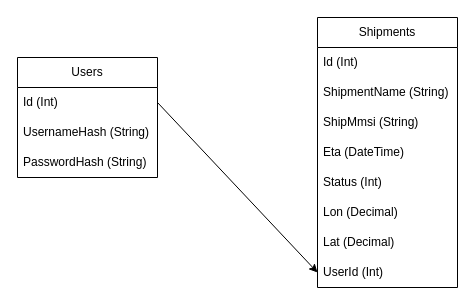
Earlier version of the draw.io diagram Documentation/Charts/ShipmentTrackingDB.drawio (Timanttiso/ShipmentTracking). Source tidied: cells renumbered, new cells numbered last; positions are measured from the earlier drawing's top-left corner, leaving out a move shared by most shapes. Both pictures are drawn from the tidied source at 100%, with x=0, y=0 at pixel (17, 17).
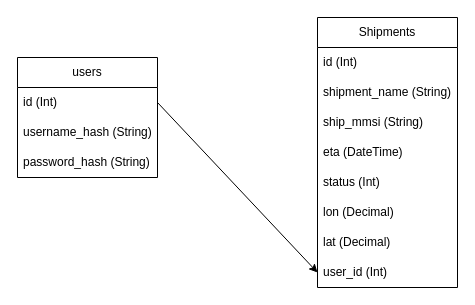
After the change.

Commit message:
Updated chart file with better table names

Change to the diagram source:
```diff
@@
 <mxGraphModel>
   <root>
     <mxCell id="0" />
     <mxCell id="1" parent="0" />
     <mxCell id="2" value="Shipments" style="swimlane;fontStyle=0;horizontal=1;startSize=30;whiteSpace=wrap;html=1;" parent="1" vertex="1">
       <mxGeometry x="300" width="140" height="270" as="geometry" />
     </mxCell>
-    <mxCell id="3" value="Id (Int)" style="text;strokeColor=none;fillColor=none;align=left;verticalAlign=middle;spacingLeft=4;spacingRight=4;overflow=hidden;whiteSpace=wrap;html=1;" parent="2" vertex="1">
+    <mxCell id="3" value="id (Int)" style="text;strokeColor=none;fillColor=none;align=left;verticalAlign=middle;spacingLeft=4;spacingRight=4;overflow=hidden;whiteSpace=wrap;html=1;" parent="2" vertex="1">
       <mxGeometry y="30" width="140" height="30" as="geometry" />
     </mxCell>
-    <mxCell id="4" value="ShipmentName (String)" style="text;strokeColor=none;fillColor=none;align=left;verticalAlign=middle;spacingLeft=4;spacingRight=4;overflow=hidden;whiteSpace=wrap;html=1;" parent="2" vertex="1">
+    <mxCell id="4" value="shipment_name (String)" style="text;strokeColor=none;fillColor=none;align=left;verticalAlign=middle;spacingLeft=4;spacingRight=4;overflow=hidden;whiteSpace=wrap;html=1;" parent="2" vertex="1">
       <mxGeometry y="60" width="140" height="30" as="geometry" />
     </mxCell>
-    <mxCell id="5" value="ShipMmsi (String)" style="text;strokeColor=none;fillColor=none;align=left;verticalAlign=middle;spacingLeft=4;spacingRight=4;overflow=hidden;whiteSpace=wrap;html=1;" parent="2" vertex="1">
+    <mxCell id="5" value="ship_mmsi (String)" style="text;strokeColor=none;fillColor=none;align=left;verticalAlign=middle;spacingLeft=4;spacingRight=4;overflow=hidden;whiteSpace=wrap;html=1;" parent="2" vertex="1">
       <mxGeometry y="90" width="140" height="30" as="geometry" />
     </mxCell>
-    <mxCell id="6" value="Eta (DateTime)" style="text;strokeColor=none;fillColor=none;align=left;verticalAlign=middle;spacingLeft=4;spacingRight=4;overflow=hidden;whiteSpace=wrap;html=1;" parent="2" vertex="1">
+    <mxCell id="6" value="eta (DateTime)" style="text;strokeColor=none;fillColor=none;align=left;verticalAlign=middle;spacingLeft=4;spacingRight=4;overflow=hidden;whiteSpace=wrap;html=1;" parent="2" vertex="1">
       <mxGeometry y="120" width="140" height="30" as="geometry" />
     </mxCell>
-    <mxCell id="7" value="Status (Int)" style="text;strokeColor=none;fillColor=none;align=left;verticalAlign=middle;spacingLeft=4;spacingRight=4;overflow=hidden;whiteSpace=wrap;html=1;" parent="2" vertex="1">
+    <mxCell id="7" value="status (Int)" style="text;strokeColor=none;fillColor=none;align=left;verticalAlign=middle;spacingLeft=4;spacingRight=4;overflow=hidden;whiteSpace=wrap;html=1;" parent="2" vertex="1">
       <mxGeometry y="150" width="140" height="30" as="geometry" />
     </mxCell>
-    <mxCell id="8" value="Lon (Decimal)" style="text;strokeColor=none;fillColor=none;align=left;verticalAlign=middle;spacingLeft=4;spacingRight=4;overflow=hidden;whiteSpace=wrap;html=1;" parent="2" vertex="1">
+    <mxCell id="8" value="lon (Decimal)" style="text;strokeColor=none;fillColor=none;align=left;verticalAlign=middle;spacingLeft=4;spacingRight=4;overflow=hidden;whiteSpace=wrap;html=1;" parent="2" vertex="1">
       <mxGeometry y="180" width="140" height="30" as="geometry" />
     </mxCell>
-    <mxCell id="9" value="Lat (Decimal)" style="text;strokeColor=none;fillColor=none;align=left;verticalAlign=middle;spacingLeft=4;spacingRight=4;overflow=hidden;whiteSpace=wrap;html=1;" parent="2" vertex="1">
+    <mxCell id="9" value="lat (Decimal)" style="text;strokeColor=none;fillColor=none;align=left;verticalAlign=middle;spacingLeft=4;spacingRight=4;overflow=hidden;whiteSpace=wrap;html=1;" parent="2" vertex="1">
       <mxGeometry y="210" width="140" height="30" as="geometry" />
     </mxCell>
-    <mxCell id="10" value="UserId (Int)" style="text;strokeColor=none;fillColor=none;align=left;verticalAlign=middle;spacingLeft=4;spacingRight=4;overflow=hidden;points=[[0,0.5],[1,0.5]];portConstraint=eastwest;whiteSpace=wrap;html=1;" parent="2" vertex="1">
+    <mxCell id="10" value="user_id (Int)" style="text;strokeColor=none;fillColor=none;align=left;verticalAlign=middle;spacingLeft=4;spacingRight=4;overflow=hidden;points=[[0,0.5],[1,0.5]];portConstraint=eastwest;whiteSpace=wrap;html=1;" parent="2" vertex="1">
       <mxGeometry y="240" width="140" height="30" as="geometry" />
     </mxCell>
-    <mxCell id="11" value="Users" style="swimlane;fontStyle=0;horizontal=1;startSize=30;whiteSpace=wrap;html=1;" parent="1" vertex="1">
+    <mxCell id="11" value="users" style="swimlane;fontStyle=0;horizontal=1;startSize=30;whiteSpace=wrap;html=1;" parent="1" vertex="1">
       <mxGeometry y="40" width="140" height="120" as="geometry" />
     </mxCell>
-    <mxCell id="12" value="Id (Int)" style="text;strokeColor=none;fillColor=none;align=left;verticalAlign=middle;spacingLeft=4;spacingRight=4;overflow=hidden;points=[[0,0.5],[1,0.5]];portConstraint=eastwest;whiteSpace=wrap;html=1;" parent="11" vertex="1">
+    <mxCell id="12" value="id (Int)" style="text;strokeColor=none;fillColor=none;align=left;verticalAlign=middle;spacingLeft=4;spacingRight=4;overflow=hidden;points=[[0,0.5],[1,0.5]];portConstraint=eastwest;whiteSpace=wrap;html=1;" parent="11" vertex="1">
       <mxGeometry y="30" width="140" height="30" as="geometry" />
     </mxCell>
-    <mxCell id="13" value="UsernameHash (String)" style="text;strokeColor=none;fillColor=none;align=left;verticalAlign=middle;spacingLeft=4;spacingRight=4;overflow=hidden;whiteSpace=wrap;html=1;" parent="11" vertex="1">
+    <mxCell id="13" value="username_hash (String)" style="text;strokeColor=none;fillColor=none;align=left;verticalAlign=middle;spacingLeft=4;spacingRight=4;overflow=hidden;whiteSpace=wrap;html=1;" parent="11" vertex="1">
       <mxGeometry y="60" width="140" height="30" as="geometry" />
     </mxCell>
-    <mxCell id="14" value="PasswordHash (String)" style="text;strokeColor=none;fillColor=none;align=left;verticalAlign=middle;spacingLeft=4;spacingRight=4;overflow=hidden;whiteSpace=wrap;html=1;" parent="11" vertex="1">
+    <mxCell id="14" value="password_hash (String)" style="text;strokeColor=none;fillColor=none;align=left;verticalAlign=middle;spacingLeft=4;spacingRight=4;overflow=hidden;whiteSpace=wrap;html=1;" parent="11" vertex="1">
       <mxGeometry y="90" width="140" height="30" as="geometry" />
     </mxCell>
     <mxCell id="15" style="endArrow=classic;html=1;rounded=0;entryX=0;entryY=0.5;entryDx=0;entryDy=0;exitX=1;exitY=0.5;exitDx=0;exitDy=0;" parent="1" edge="1" source="12" target="10">
       <mxGeometry relative="1" as="geometry" />
     </mxCell>
   </root>
 </mxGraphModel>
```
